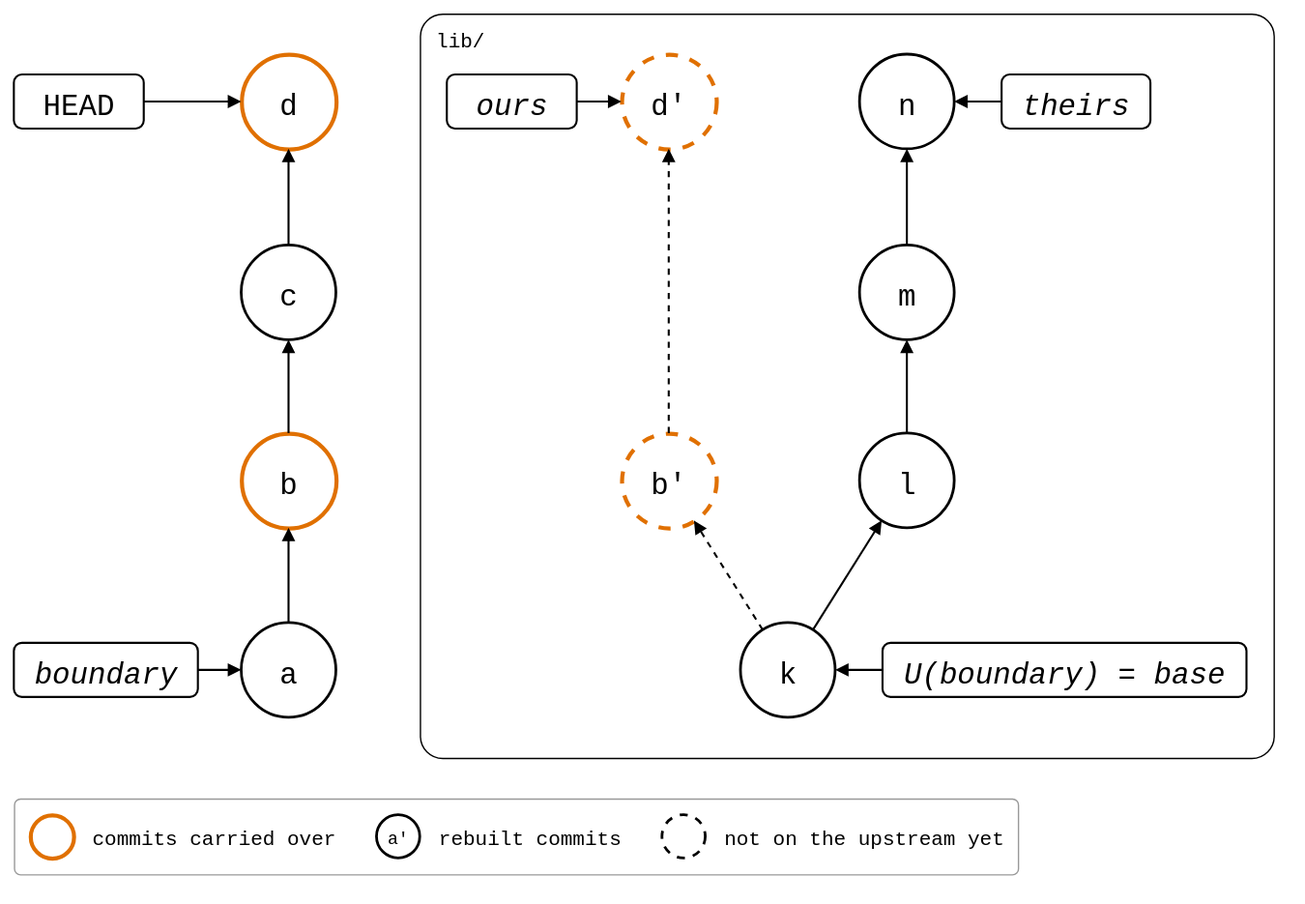
Earlier version of the draw.io export git-splice/test/scenarios/01-everyday-sync/01-sync-model/before-pull-git-names.drawio.svg (roschaefer/episodes). Source tidied: cells renumbered, new cells last; positions are measured from the earlier drawing's top-left corner, leaving out a move shared by most shapes.
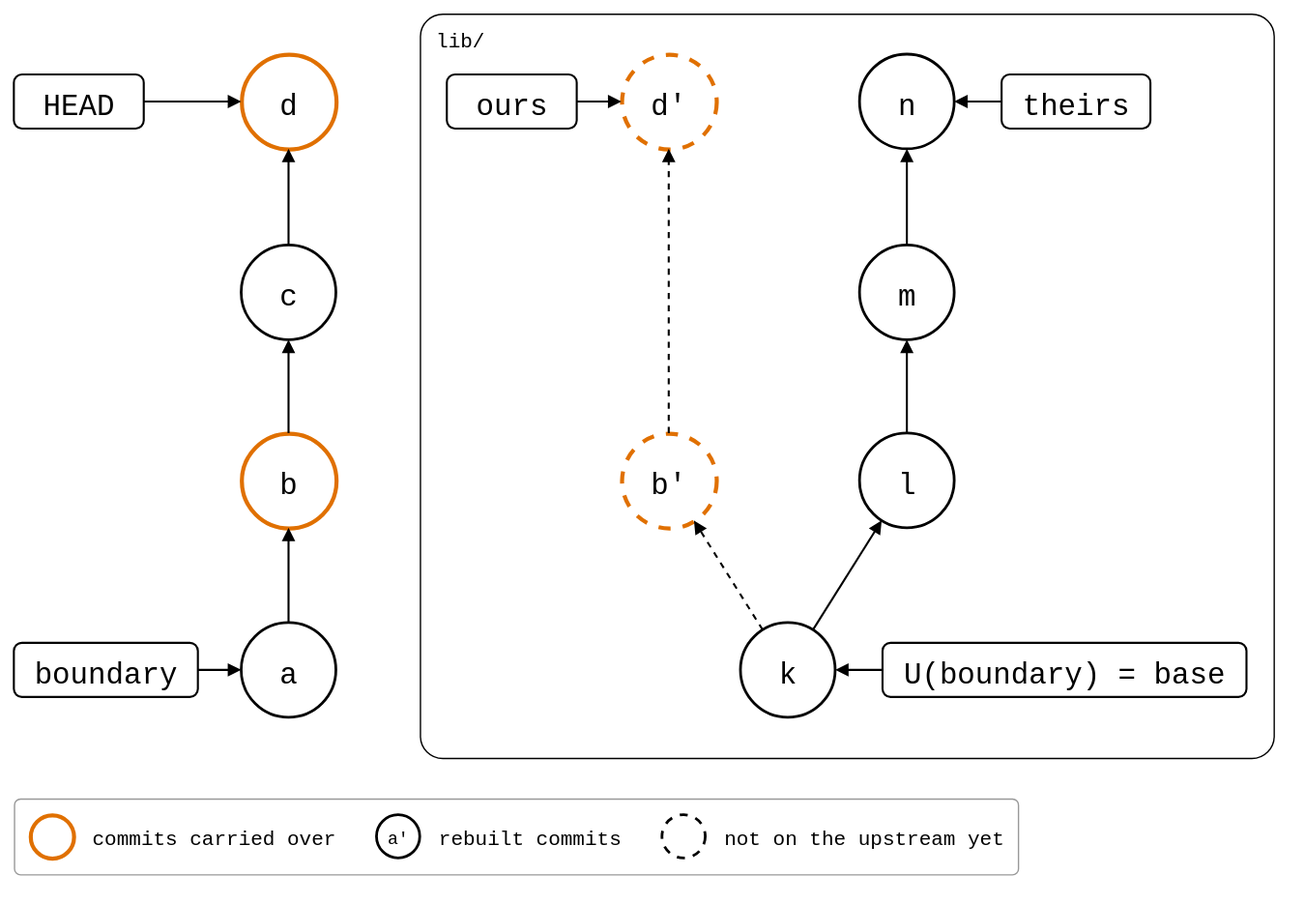
After the commit.

Change to the diagram source:
```diff
@@ -11,7 +11,7 @@
     <mxCell id="4" value="b" style="ellipse;fontSize=22;fontFamily=Roboto Mono,monospace;strokeColor=#E07000;strokeWidth=3;" parent="1" vertex="1">
       <mxGeometry x="168" y="310" width="70" height="70" as="geometry" />
     </mxCell>
-    <mxCell id="5" value="c" style="ellipse;fontSize=22;fontFamily=Roboto Mono,monospace;strokeWidth=2;" parent="1" vertex="1">
+    <mxCell id="5" value="c" style="ellipse;strokeWidth=2;fontSize=22;fontFamily=Roboto Mono,monospace;" parent="1" vertex="1">
       <mxGeometry x="168" y="171" width="70" height="70" as="geometry" />
     </mxCell>
     <mxCell id="6" value="d" style="ellipse;fontSize=22;fontFamily=Roboto Mono,monospace;strokeColor=#E07000;strokeWidth=3;" parent="1" vertex="1">
@@ -38,16 +38,16 @@
     <mxCell id="13" value="HEAD" style="rounded=1;strokeWidth=1.5;fontSize=22;fontFamily=Roboto Mono,monospace;" parent="1" vertex="1">
       <mxGeometry y="45" width="96" height="40" as="geometry" />
     </mxCell>
-    <mxCell id="14" value="boundary" style="rounded=1;strokeWidth=1.5;fontSize=22;fontFamily=Roboto Mono,monospace;fontStyle=2;" parent="1" vertex="1">
+    <mxCell id="14" value="boundary" style="rounded=1;strokeWidth=1.5;fontSize=22;fontFamily=Roboto Mono,monospace;" parent="1" vertex="1">
       <mxGeometry y="465" width="136" height="40" as="geometry" />
     </mxCell>
-    <mxCell id="15" value="U(boundary) = base" style="rounded=1;strokeWidth=1.5;fontSize=22;fontFamily=Roboto Mono,monospace;fontStyle=2;" parent="1" vertex="1">
+    <mxCell id="15" value="U(boundary) = base" style="rounded=1;strokeWidth=1.5;fontSize=22;fontFamily=Roboto Mono,monospace;" parent="1" vertex="1">
       <mxGeometry x="642" y="465" width="269" height="40" as="geometry" />
     </mxCell>
-    <mxCell id="16" value="theirs" style="rounded=1;strokeWidth=1.5;fontSize=22;fontFamily=Roboto Mono,monospace;fontStyle=2;" parent="1" vertex="1">
+    <mxCell id="16" value="theirs" style="rounded=1;strokeWidth=1.5;fontSize=22;fontFamily=Roboto Mono,monospace;" parent="1" vertex="1">
       <mxGeometry x="730" y="45" width="110" height="40" as="geometry" />
     </mxCell>
-    <mxCell id="17" value="ours" style="rounded=1;strokeWidth=1.5;fontSize=22;fontFamily=Roboto Mono,monospace;fontStyle=2;" parent="1" vertex="1">
+    <mxCell id="17" value="ours" style="rounded=1;strokeWidth=1.5;fontSize=22;fontFamily=Roboto Mono,monospace;" parent="1" vertex="1">
       <mxGeometry x="320" y="45" width="96" height="40" as="geometry" />
     </mxCell>
     <mxCell id="18" style="endArrow=block;endFill=1;html=1;strokeWidth=1.5;rounded=0;" parent="1" edge="1" source="13" target="6">
```
